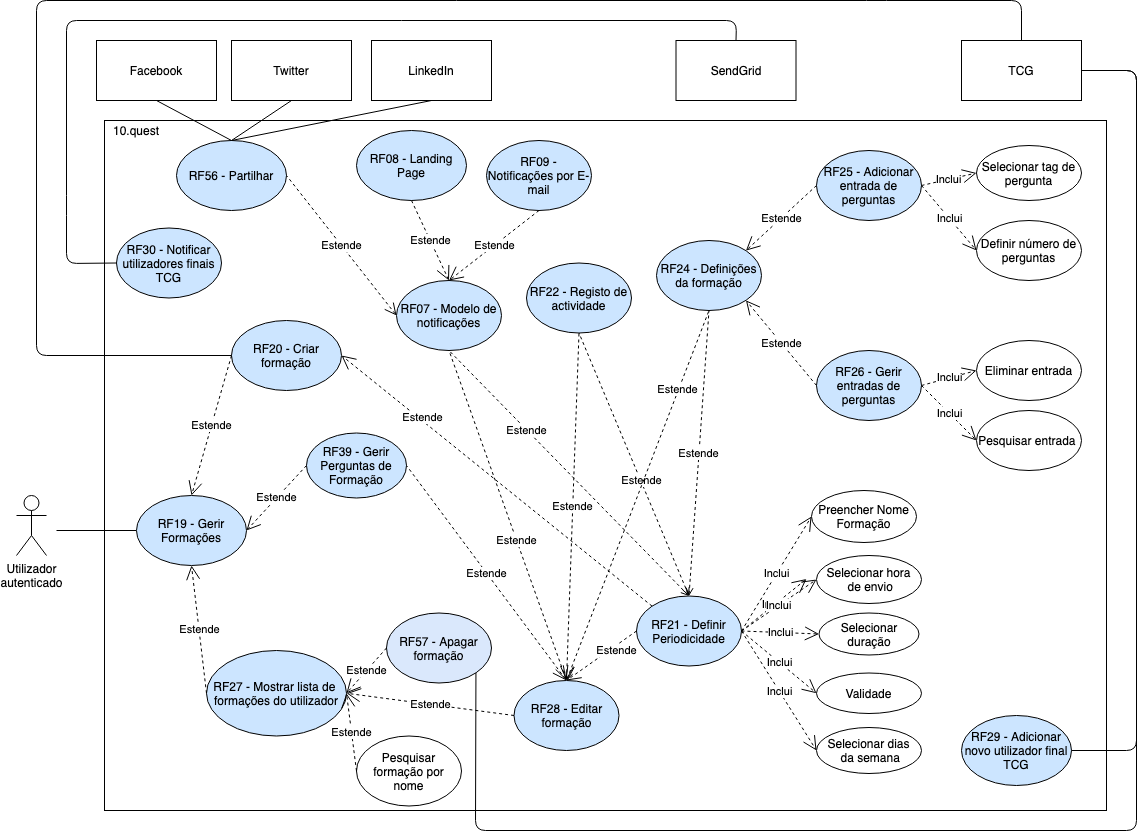
Earlier version of the draw.io export img/rf/gerir-formacoes.png (BrunoGrifo/Tese). Source tidied: cells renumbered, new cells last; positions are measured from the earlier drawing's top-left corner, leaving out a move shared by most shapes.
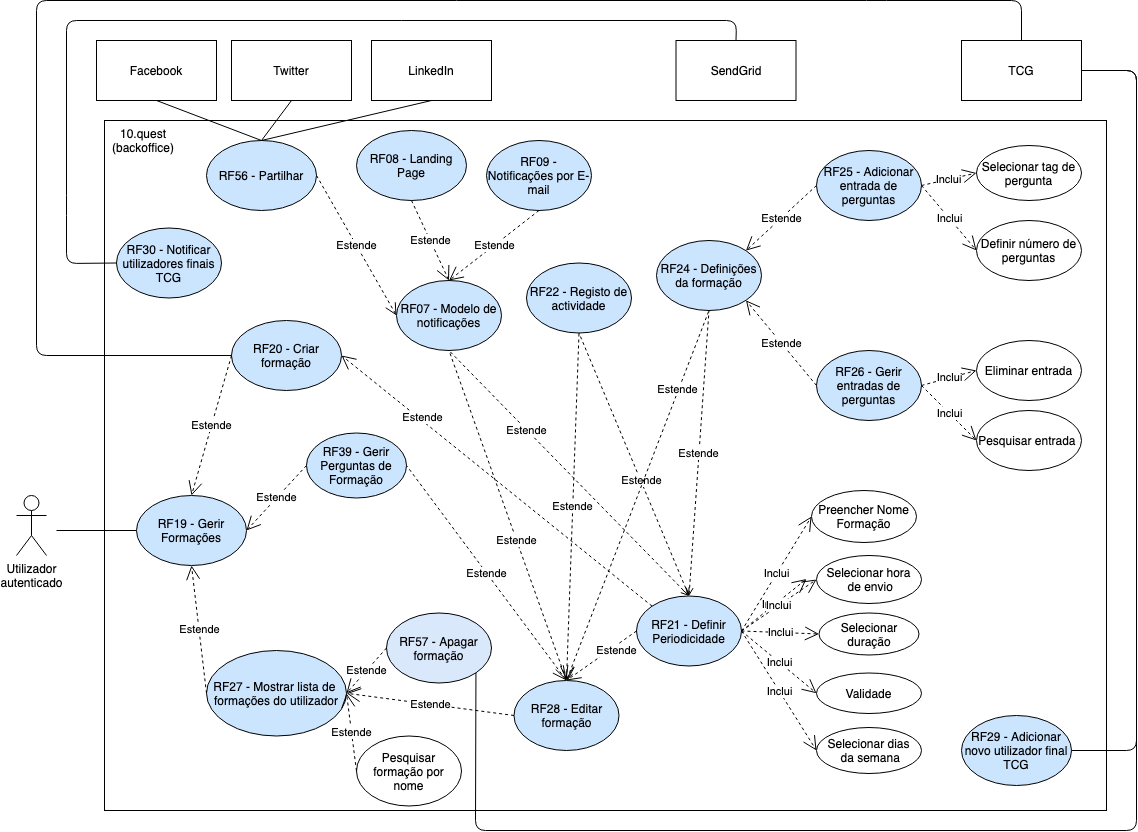
Later version of the same file.

Change to the diagram source:
```diff
@@ -8,9 +8,6 @@
     <mxCell id="3" value="Utilizador&lt;br&gt;autenticado" style="shape=umlActor;verticalLabelPosition=bottom;labelBackgroundColor=#ffffff;verticalAlign=top;html=1;" parent="1" vertex="1">
       <mxGeometry y="495" width="30" height="60" as="geometry" />
     </mxCell>
-    <mxCell id="4" value="10.quest" style="text;html=1;strokeColor=none;fillColor=none;align=center;verticalAlign=middle;whiteSpace=wrap;rounded=0;" parent="1" vertex="1">
-      <mxGeometry x="100" y="120" width="40" height="20" as="geometry" />
-    </mxCell>
     <mxCell id="5" style="endArrow=none;html=1;entryX=0;entryY=0.5;entryDx=0;entryDy=0;" parent="1" edge="1" target="8">
       <mxGeometry relative="1" as="geometry">
         <mxPoint x="40" y="530" as="sourcePoint" />
@@ -222,7 +219,7 @@
       <mxGeometry x="0.49" y="-3" relative="1" as="geometry" />
     </mxCell>
     <mxCell id="64" value="RF56 - Partilhar" style="ellipse;whiteSpace=wrap;html=1;fillColor=#CCE5FF;" parent="1" vertex="1">
-      <mxGeometry x="160" y="140" width="110" height="70" as="geometry" />
+      <mxGeometry x="190" y="140" width="110" height="70" as="geometry" />
     </mxCell>
     <mxCell id="65" value="Facebook" style="rounded=0;whiteSpace=wrap;html=1;" parent="1" vertex="1">
       <mxGeometry x="80" y="40" width="120" height="60" as="geometry" />
@@ -256,5 +253,8 @@
         <mxPoint x="550" y="680" as="sourcePoint" />
       </mxGeometry>
     </mxCell>
+    <mxCell id="75" value="10.quest (backoffice)" style="text;html=1;strokeColor=none;fillColor=none;align=center;verticalAlign=middle;whiteSpace=wrap;rounded=0;" parent="1" vertex="1">
+      <mxGeometry x="107" y="130" width="40" height="20" as="geometry" />
+    </mxCell>
   </root>
 </mxGraphModel>
```
